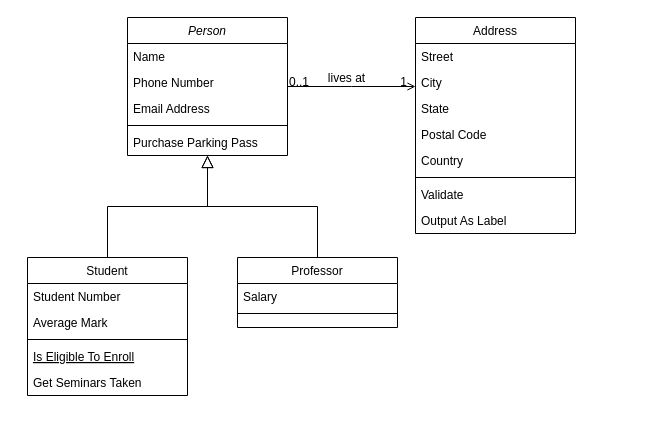
This is geekbang/k8s/未命名绘图.drawio from sharphu/draw-save, a draw.io file, before an edit. Source tidied: cells renumbered, new cells numbered last; positions are measured from the earlier drawing's top-left corner, leaving out a move shared by most shapes. Both pictures are drawn from the tidied source at 100%, with x=0, y=0 at pixel (27, 17).
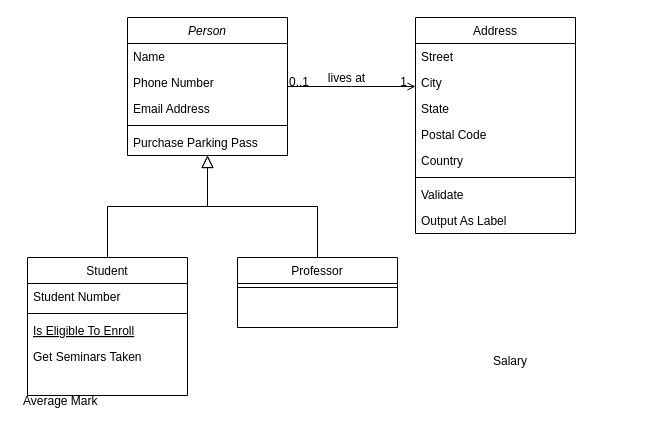
The same page after the edit.

The change refers to these unchanged cells:
```xml
<mxCell id="8" value="Student" style="swimlane;fontStyle=0;align=center;verticalAlign=top;horizontal=1;startSize=26;rounded=0;shadow=0;strokeWidth=1;" parent="1" vertex="1">
  <mxGeometry y="240" width="160" height="138" as="geometry" />
</mxCell>
<mxCell id="15" value="Professor" style="swimlane;fontStyle=0;align=center;verticalAlign=top;horizontal=1;startSize=26;rounded=0;shadow=0;strokeWidth=1;" parent="1" vertex="1">
  <mxGeometry x="210" y="240" width="160" height="70" as="geometry" />
</mxCell>
```

Change to the diagram source:
```diff
@@
-    <mxCell id="10" value="Average Mark" style="text;align=left;verticalAlign=top;spacingLeft=4;spacingRight=4;overflow=hidden;rounded=0;shadow=0;html=0;" parent="8" vertex="1">
-      <mxGeometry y="52" width="160" height="26" as="geometry" />
-    </mxCell>
     <mxCell id="11" style="line;html=1;strokeWidth=1;align=left;verticalAlign=middle;spacingTop=-1;spacingLeft=3;spacingRight=3;labelPosition=right;" parent="8" vertex="1">
-      <mxGeometry y="78" width="160" height="8" as="geometry" />
+      <mxGeometry y="52" width="160" height="8" as="geometry" />
     </mxCell>
     <mxCell id="12" value="Is Eligible To Enroll" style="text;align=left;verticalAlign=top;spacingLeft=4;spacingRight=4;overflow=hidden;fontStyle=4;" parent="8" vertex="1">
-      <mxGeometry y="86" width="160" height="26" as="geometry" />
+      <mxGeometry y="60" width="160" height="26" as="geometry" />
     </mxCell>
     <mxCell id="13" value="Get Seminars Taken" style="text;align=left;verticalAlign=top;spacingLeft=4;spacingRight=4;overflow=hidden;" parent="8" vertex="1">
-      <mxGeometry y="112" width="160" height="26" as="geometry" />
+      <mxGeometry y="86" width="160" height="26" as="geometry" />
     </mxCell>
@@
-    <mxCell id="16" value="Salary" style="text;align=left;verticalAlign=top;spacingLeft=4;spacingRight=4;overflow=hidden;" parent="15" vertex="1">
-      <mxGeometry y="26" width="160" height="26" as="geometry" />
-    </mxCell>
     <mxCell id="17" style="line;html=1;strokeWidth=1;align=left;verticalAlign=middle;spacingTop=-1;spacingLeft=3;spacingRight=3;labelPosition=right;" parent="15" vertex="1">
-      <mxGeometry y="52" width="160" height="8" as="geometry" />
+      <mxGeometry y="26" width="160" height="8" as="geometry" />
     </mxCell>
@@
+    <mxCell id="16" value="Salary" style="text;align=left;verticalAlign=top;spacingLeft=4;spacingRight=4;overflow=hidden;" parent="1" vertex="1">
+      <mxGeometry x="460" y="330" width="160" height="26" as="geometry" />
+    </mxCell>
+    <mxCell id="10" value="Average Mark" style="text;align=left;verticalAlign=top;spacingLeft=4;spacingRight=4;overflow=hidden;rounded=0;shadow=0;html=0;" parent="1" vertex="1">
+      <mxGeometry x="-10" y="370" width="160" height="26" as="geometry" />
+    </mxCell>
```
